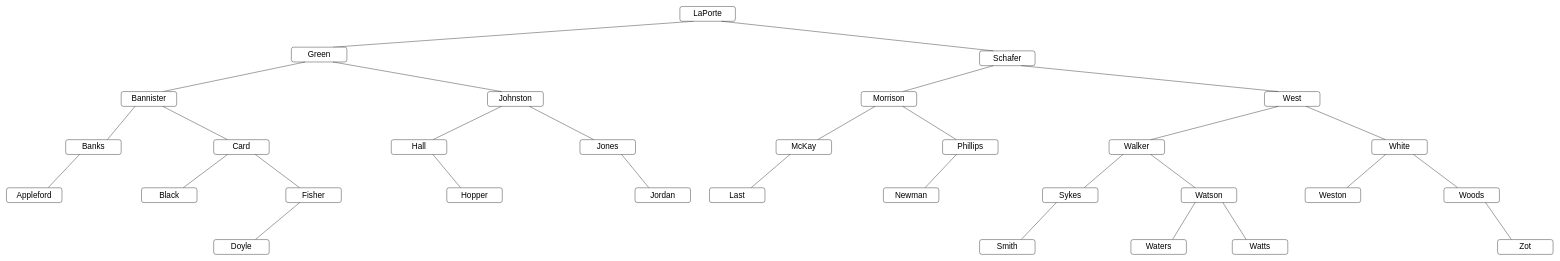
Before: page "AVL After Deletion" (4 of 4) of Untitled Diagram.drawio in HAZberi/tree-diagrams, a draw.io diagram. Source tidied: cells renumbered, new cells numbered last; positions are measured from the earlier drawing's top-left corner, leaving out a move shared by most shapes. Both pictures are drawn from the tidied source at 37%, with x=0, y=0 at pixel (6, 6).
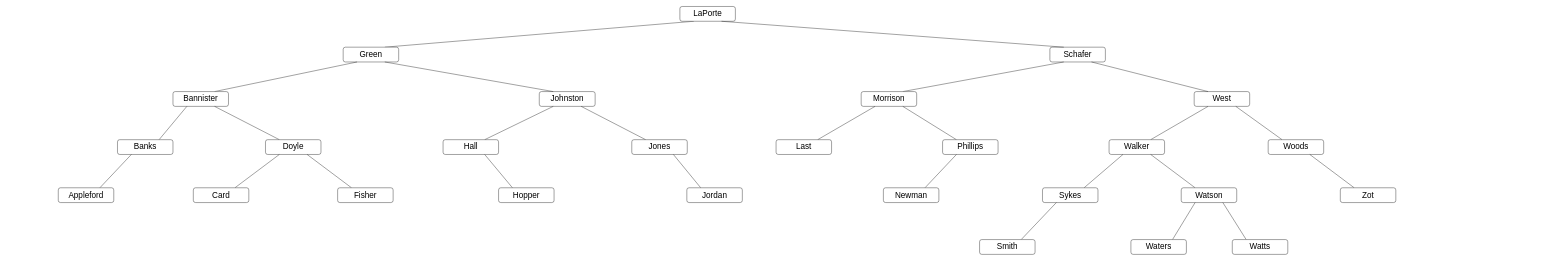
Above is the later version.

Commit message:
avl deletion complete

The edit, as a diff of the source:
```diff
@@
     <mxCell id="4" value="&lt;font style=&quot;font-size: 22px;&quot;&gt;Schafer&lt;/font&gt;" style="rounded=1;whiteSpace=wrap;html=1;" parent="1" vertex="1">
-      <mxGeometry x="2630" y="120" width="150" height="40" as="geometry" />
+      <mxGeometry x="2820" y="110" width="150" height="40" as="geometry" />
     </mxCell>
     <mxCell id="5" value="&lt;font style=&quot;font-size: 22px;&quot;&gt;Green&lt;/font&gt;" style="rounded=1;whiteSpace=wrap;html=1;" parent="1" vertex="1">
-      <mxGeometry x="770" y="110" width="150" height="40" as="geometry" />
+      <mxGeometry x="910" y="110" width="150" height="40" as="geometry" />
     </mxCell>
@@
     <mxCell id="8" value="&lt;font style=&quot;font-size: 22px;&quot;&gt;Johnston&lt;/font&gt;" style="rounded=1;whiteSpace=wrap;html=1;" parent="1" vertex="1">
-      <mxGeometry x="1300" y="230" width="151" height="40" as="geometry" />
+      <mxGeometry x="1440" y="230" width="151" height="40" as="geometry" />
     </mxCell>
     <mxCell id="9" value="&lt;span style=&quot;font-size: 22px;&quot;&gt;Bannister&lt;/span&gt;" style="rounded=1;whiteSpace=wrap;html=1;" parent="1" vertex="1">
-      <mxGeometry x="310" y="230" width="150" height="40" as="geometry" />
+      <mxGeometry x="450" y="230" width="150" height="40" as="geometry" />
     </mxCell>
@@
     <mxCell id="12" value="&lt;span style=&quot;font-size: 22px;&quot;&gt;West&lt;/span&gt;" style="rounded=1;whiteSpace=wrap;html=1;" parent="1" vertex="1">
-      <mxGeometry x="3400" y="230" width="150" height="40" as="geometry" />
+      <mxGeometry x="3210" y="230" width="150" height="40" as="geometry" />
     </mxCell>
@@
-    <mxCell id="17" value="&lt;span style=&quot;font-size: 22px;&quot;&gt;Card&lt;/span&gt;" style="rounded=1;whiteSpace=wrap;html=1;" parent="1" vertex="1">
-      <mxGeometry x="560" y="360" width="150" height="40" as="geometry" />
+    <mxCell id="17" value="&lt;span style=&quot;font-size: 22px;&quot;&gt;Doyle&lt;/span&gt;" style="rounded=1;whiteSpace=wrap;html=1;" parent="1" vertex="1">
+      <mxGeometry x="700" y="360" width="150" height="40" as="geometry" />
     </mxCell>
     <mxCell id="18" value="&lt;span style=&quot;font-size: 22px;&quot;&gt;Banks&lt;/span&gt;" style="rounded=1;whiteSpace=wrap;html=1;" parent="1" vertex="1">
-      <mxGeometry x="160" y="360" width="150" height="40" as="geometry" />
+      <mxGeometry x="300" y="360" width="150" height="40" as="geometry" />
     </mxCell>
@@
     <mxCell id="21" value="&lt;span style=&quot;font-size: 22px;&quot;&gt;Jones&lt;/span&gt;" style="rounded=1;whiteSpace=wrap;html=1;" parent="1" vertex="1">
-      <mxGeometry x="1550" y="360" width="150" height="40" as="geometry" />
+      <mxGeometry x="1690" y="360" width="150" height="40" as="geometry" />
     </mxCell>
     <mxCell id="22" value="&lt;span style=&quot;font-size: 22px;&quot;&gt;Hall&lt;/span&gt;" style="rounded=1;whiteSpace=wrap;html=1;" parent="1" vertex="1">
-      <mxGeometry x="1040" y="360" width="150" height="40" as="geometry" />
+      <mxGeometry x="1180" y="360" width="150" height="40" as="geometry" />
     </mxCell>
@@
-    <mxCell id="26" value="&lt;span style=&quot;font-size: 22px;&quot;&gt;McKay&lt;/span&gt;" style="rounded=1;whiteSpace=wrap;html=1;" parent="1" vertex="1">
+    <mxCell id="26" value="&lt;span style=&quot;font-size: 22px;&quot;&gt;Last&lt;/span&gt;" style="rounded=1;whiteSpace=wrap;html=1;" parent="1" vertex="1">
       <mxGeometry x="2080" y="360" width="150" height="40" as="geometry" />
     </mxCell>
@@
-    <mxCell id="29" value="&lt;span style=&quot;font-size: 22px;&quot;&gt;White&lt;/span&gt;" style="rounded=1;whiteSpace=wrap;html=1;" parent="1" vertex="1">
-      <mxGeometry x="3690" y="360" width="150" height="40" as="geometry" />
+    <mxCell id="29" value="&lt;span style=&quot;font-size: 22px;&quot;&gt;Woods&lt;/span&gt;" style="rounded=1;whiteSpace=wrap;html=1;" parent="1" vertex="1">
+      <mxGeometry x="3410" y="360" width="150" height="40" as="geometry" />
     </mxCell>
@@
     <mxCell id="32" value="&lt;span style=&quot;font-size: 22px;&quot;&gt;Appleford&lt;/span&gt;" style="rounded=1;whiteSpace=wrap;html=1;" parent="1" vertex="1">
-      <mxGeometry y="490" width="150" height="40" as="geometry" />
+      <mxGeometry x="140" y="490" width="150" height="40" as="geometry" />
     </mxCell>
@@
     <mxCell id="35" value="&lt;span style=&quot;font-size: 22px;&quot;&gt;Fisher&lt;/span&gt;" style="rounded=1;whiteSpace=wrap;html=1;" parent="1" vertex="1">
-      <mxGeometry x="755" y="490" width="150" height="40" as="geometry" />
+      <mxGeometry x="895" y="490" width="150" height="40" as="geometry" />
     </mxCell>
-    <mxCell id="36" value="&lt;span style=&quot;font-size: 22px;&quot;&gt;Black&lt;/span&gt;" style="rounded=1;whiteSpace=wrap;html=1;" parent="1" vertex="1">
-      <mxGeometry x="365" y="490" width="150" height="40" as="geometry" />
+    <mxCell id="36" value="&lt;span style=&quot;font-size: 22px;&quot;&gt;Card&lt;/span&gt;" style="rounded=1;whiteSpace=wrap;html=1;" parent="1" vertex="1">
+      <mxGeometry x="505" y="490" width="150" height="40" as="geometry" />
     </mxCell>
@@
     <mxCell id="38" value="&lt;span style=&quot;font-size: 22px;&quot;&gt;Hopper&lt;/span&gt;" style="rounded=1;whiteSpace=wrap;html=1;" parent="1" vertex="1">
-      <mxGeometry x="1190" y="490" width="150" height="40" as="geometry" />
+      <mxGeometry x="1330" y="490" width="150" height="40" as="geometry" />
     </mxCell>
@@
     <mxCell id="40" value="&lt;span style=&quot;font-size: 22px;&quot;&gt;Jordan&lt;/span&gt;" style="rounded=1;whiteSpace=wrap;html=1;" parent="1" vertex="1">
-      <mxGeometry x="1698.8" y="490" width="150" height="40" as="geometry" />
+      <mxGeometry x="1838.8" y="490" width="150" height="40" as="geometry" />
     </mxCell>
-    <mxCell id="41" style="rounded=0;jettySize=auto;html=1;exitX=0.25;exitY=1;exitDx=0;exitDy=0;entryX=0.75;entryY=0;entryDx=0;entryDy=0;fontFamily=Helvetica;fontSize=22;endArrow=none;endFill=0;" parent="1" edge="1" source="26" target="42">
-      <mxGeometry relative="1" as="geometry" />
-    </mxCell>
-    <mxCell id="42" value="&lt;span style=&quot;font-size: 22px;&quot;&gt;Last&lt;/span&gt;" style="rounded=1;whiteSpace=wrap;html=1;" parent="1" vertex="1">
-      <mxGeometry x="1900" y="490" width="150" height="40" as="geometry" />
-    </mxCell>
@@
-    <mxCell id="49" style="rounded=0;jettySize=auto;html=1;entryX=0.75;entryY=0;entryDx=0;entryDy=0;fontFamily=Helvetica;fontSize=22;endArrow=none;endFill=0;exitX=0.25;exitY=1;exitDx=0;exitDy=0;" parent="1" edge="1" source="29" target="52">
-      <mxGeometry relative="1" as="geometry" />
-    </mxCell>
@@
-    <mxCell id="51" value="&lt;span style=&quot;font-size: 22px;&quot;&gt;Woods&lt;/span&gt;" style="rounded=1;whiteSpace=wrap;html=1;" parent="1" vertex="1">
-      <mxGeometry x="3885" y="490" width="150" height="40" as="geometry" />
+    <mxCell id="51" value="&lt;span style=&quot;font-size: 22px;&quot;&gt;Zot&lt;/span&gt;" style="rounded=1;whiteSpace=wrap;html=1;" parent="1" vertex="1">
+      <mxGeometry x="3605" y="490" width="150" height="40" as="geometry" />
     </mxCell>
-    <mxCell id="52" value="&lt;span style=&quot;font-size: 22px;&quot;&gt;Weston&lt;/span&gt;" style="rounded=1;whiteSpace=wrap;html=1;" parent="1" vertex="1">
-      <mxGeometry x="3510" y="490" width="150" height="40" as="geometry" />
-    </mxCell>
-    <mxCell id="53" style="rounded=0;jettySize=auto;html=1;exitX=0.25;exitY=1;exitDx=0;exitDy=0;entryX=0.75;entryY=0;entryDx=0;entryDy=0;fontFamily=Helvetica;fontSize=22;endArrow=none;endFill=0;" parent="1" edge="1" source="35" target="54">
-      <mxGeometry relative="1" as="geometry" />
-    </mxCell>
-    <mxCell id="54" value="&lt;span style=&quot;font-size: 22px;&quot;&gt;Doyle&lt;/span&gt;" style="rounded=1;whiteSpace=wrap;html=1;" parent="1" vertex="1">
-      <mxGeometry x="560" y="630" width="150" height="40" as="geometry" />
-    </mxCell>
@@
-    <mxCell id="61" style="rounded=0;jettySize=auto;html=1;entryX=0.25;entryY=0;entryDx=0;entryDy=0;fontFamily=Helvetica;fontSize=22;endArrow=none;endFill=0;exitX=0.75;exitY=1;exitDx=0;exitDy=0;" parent="1" edge="1" source="51" target="62">
-      <mxGeometry relative="1" as="geometry" />
-    </mxCell>
-    <mxCell id="62" value="&lt;span style=&quot;font-size: 22px;&quot;&gt;Zot&lt;/span&gt;" style="rounded=1;whiteSpace=wrap;html=1;" parent="1" vertex="1">
-      <mxGeometry x="4030" y="630" width="150" height="40" as="geometry" />
-    </mxCell>
```
